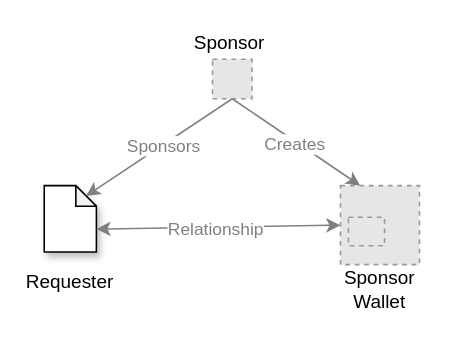
Before: docs/airnode/next/assets/diagrams/concepts-sponsor-relationships.drawio in api3dao/old-api3-docs, a draw.io diagram. Source tidied: cells renumbered, new cells numbered last; positions are measured from the earlier drawing's top-left corner, leaving out a move shared by most shapes. Both pictures are drawn from the tidied source at 158%, with x=0, y=0 at pixel (38, 27). Pictures stored in the file or linked from it are replaced by grey dashed boxes.
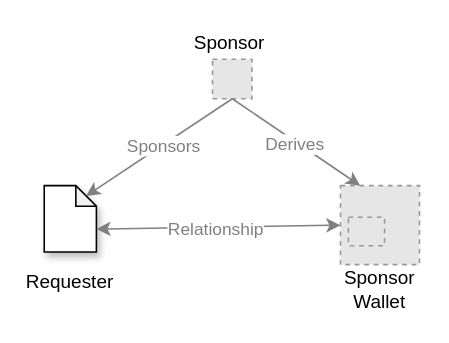
The same page after the edit.

Commit message (it also covers changes not shown here):
Change description (wording) of relationships

Diff of the diagram source:
```diff
@@
 <mxGraphModel>
   <root>
     <mxCell id="0" />
     <mxCell id="1" parent="0" />
     <mxCell id="2" style="fillColor=#E6E6E6;strokeColor=#999999;dashed=1;verticalLabelPosition=bottom;verticalAlign=top;" parent="1" vertex="1">
       <mxGeometry x="110" y="20" width="25" height="25" as="geometry" />
     </mxCell>
     <mxCell id="3" style="fillColor=#E6E6E6;strokeColor=#999999;dashed=1;verticalLabelPosition=bottom;verticalAlign=top;" parent="1" vertex="1">
       <mxGeometry x="191" y="100" width="50" height="50" as="geometry" />
     </mxCell>
     <mxCell id="4" style="fillColor=#E6E6E6;strokeColor=#999999;dashed=1;verticalLabelPosition=bottom;verticalAlign=top;" parent="1" vertex="1">
       <mxGeometry x="196" y="120" width="22.9" height="18" as="geometry" />
     </mxCell>
     <mxCell id="5" style="shape=note;whiteSpace=wrap;html=1;backgroundOutline=1;darkOpacity=0.05;size=13;shadow=1;" parent="1" vertex="1">
       <mxGeometry x="3.5" y="100" width="33" height="42" as="geometry" />
     </mxCell>
     <mxCell id="6" style="endArrow=classic;startArrow=classic;html=1;exitX=0;exitY=0;exitDx=33;exitDy=27.5;exitPerimeter=0;entryX=0;entryY=0.5;entryDx=0;entryDy=0;strokeColor=#808080;" parent="1" edge="1" source="5" target="3">
       <mxGeometry relative="1" as="geometry" />
     </mxCell>
     <mxCell id="7" value="&lt;font color=&quot;#808080&quot;&gt;Relationship&lt;/font&gt;" style="edgeLabel;html=1;align=center;verticalAlign=middle;" parent="6" vertex="1">
       <mxGeometry x="-0.03" y="-1" relative="1" as="geometry" />
     </mxCell>
     <mxCell id="8" value="Sponsor" style="text;html=1;strokeColor=none;fillColor=none;align=center;verticalAlign=middle;whiteSpace=wrap;rounded=0;" parent="1" vertex="1">
       <mxGeometry x="101" width="40" height="20" as="geometry" />
     </mxCell>
     <mxCell id="9" value="Requester" style="text;html=1;strokeColor=none;fillColor=none;align=center;verticalAlign=middle;whiteSpace=wrap;rounded=0;shadow=1;" parent="1" vertex="1">
       <mxGeometry y="151" width="40" height="20" as="geometry" />
     </mxCell>
     <mxCell id="10" value="Sponsor Wallet" style="text;html=1;strokeColor=none;fillColor=none;align=center;verticalAlign=middle;whiteSpace=wrap;rounded=0;shadow=1;" parent="1" vertex="1">
       <mxGeometry x="196" y="156" width="40" height="20" as="geometry" />
     </mxCell>
     <mxCell id="11" style="endArrow=classic;html=1;strokeColor=#808080;exitX=0.5;exitY=1;exitDx=0;exitDy=0;entryX=0;entryY=0;entryDx=26.5;entryDy=6.5;entryPerimeter=0;" parent="1" edge="1" source="2" target="5">
       <mxGeometry relative="1" as="geometry" />
     </mxCell>
     <mxCell id="12" value="&lt;font color=&quot;#808080&quot;&gt;Sponsors&lt;/font&gt;" style="edgeLabel;html=1;align=center;verticalAlign=middle;" parent="11" vertex="1">
       <mxGeometry x="-0.05" relative="1" as="geometry" />
     </mxCell>
     <mxCell id="13" style="endArrow=classic;html=1;strokeColor=#808080;entryX=0.25;entryY=0;entryDx=0;entryDy=0;exitX=0.5;exitY=1;exitDx=0;exitDy=0;" parent="1" edge="1" source="2" target="3">
       <mxGeometry relative="1" as="geometry" />
     </mxCell>
-    <mxCell id="14" value="&lt;font color=&quot;#808080&quot;&gt;Creates&lt;/font&gt;" style="edgeLabel;html=1;align=center;verticalAlign=middle;" parent="13" vertex="1">
+    <mxCell id="14" value="&lt;font color=&quot;#808080&quot;&gt;Derives&lt;br&gt;&lt;/font&gt;" style="edgeLabel;html=1;align=center;verticalAlign=middle;" parent="13" vertex="1">
       <mxGeometry x="-0.06" y="1" relative="1" as="geometry">
         <mxPoint y="3" as="offset" />
       </mxGeometry>
     </mxCell>
   </root>
 </mxGraphModel>
```
